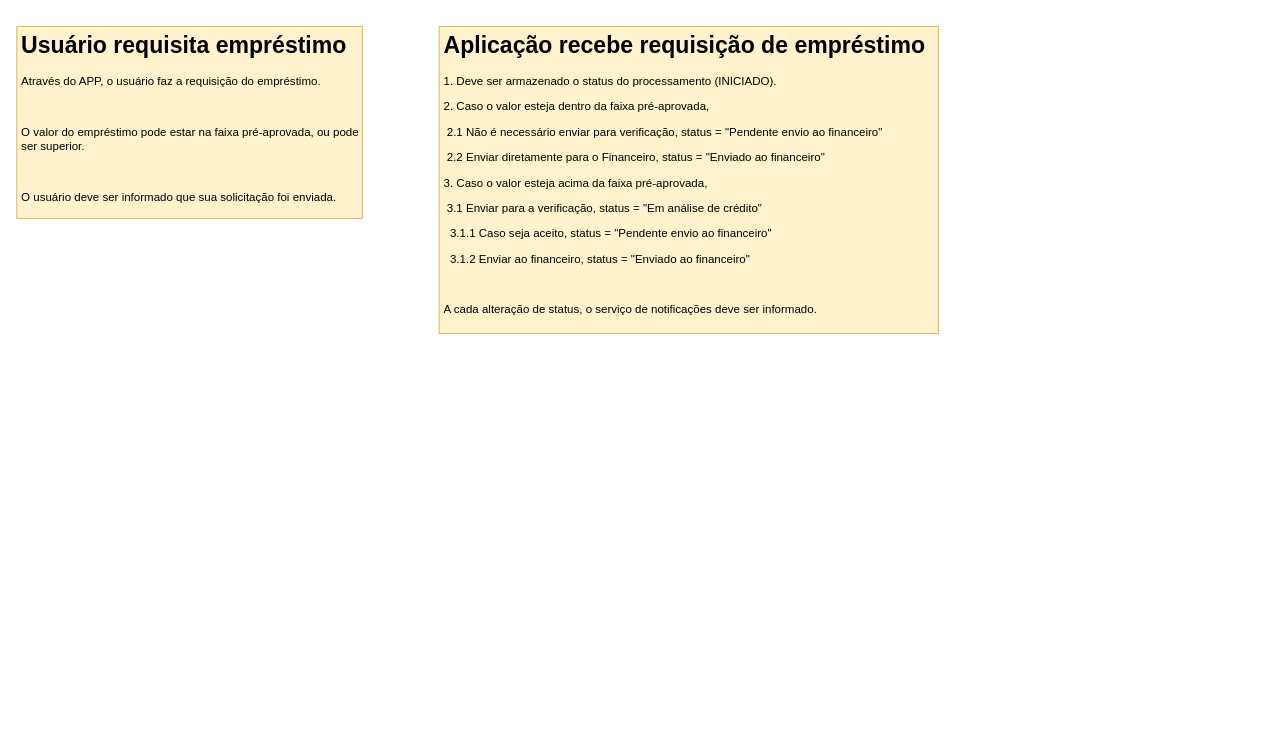
This is diagramas/diagrama de estados.drawio from GustavoLent/ACME-Assessoria-Financeira_Emprestimos, a draw.io file, before an edit. Source tidied: cells renumbered, new cells numbered last; positions are measured from the earlier drawing's top-left corner, leaving out a move shared by most shapes. Both pictures are drawn from the tidied source at 96%, with x=0, y=0 at pixel (16, 26).
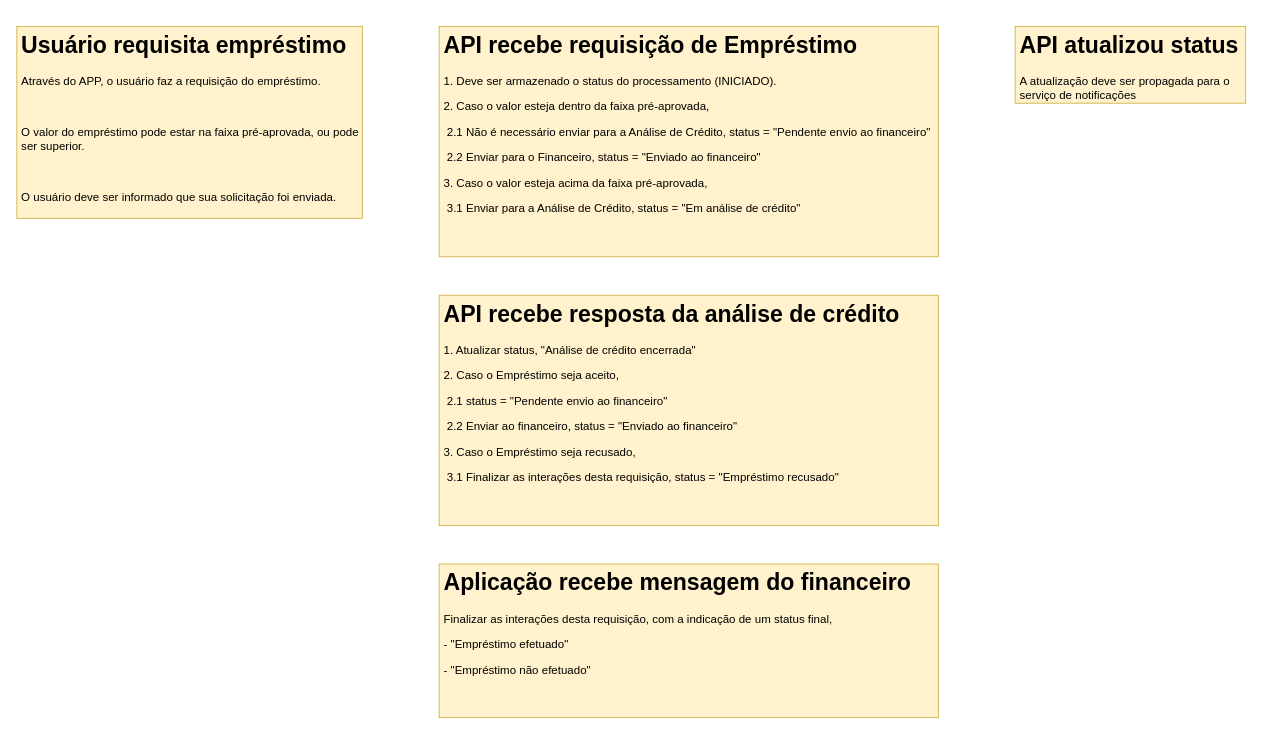
After the change.

The edit, as a diff of the source:
```diff
@@
 <mxGraphModel>
   <root>
     <mxCell id="0" />
     <mxCell id="1" parent="0" />
     <mxCell id="2" value="&lt;h1&gt;Usuário requisita empréstimo&lt;/h1&gt;&lt;p&gt;Através do APP, o usuário faz a requisição do empréstimo.&lt;/p&gt;&lt;p&gt;&lt;br&gt;&lt;/p&gt;&lt;p&gt;O valor do empréstimo pode estar na faixa pré-aprovada, ou pode ser superior.&lt;/p&gt;&lt;p&gt;&lt;br&gt;&lt;/p&gt;&lt;p&gt;O usuário deve ser informado que sua solicitação foi enviada.&lt;/p&gt;" style="text;html=1;strokeColor=#d6b656;fillColor=#fff2cc;spacing=5;spacingTop=-20;whiteSpace=wrap;overflow=hidden;rounded=0;" parent="1" vertex="1">
       <mxGeometry width="360" height="200" as="geometry" />
     </mxCell>
-    <mxCell id="3" value="&lt;h1&gt;Aplicação recebe requisição de empréstimo&lt;/h1&gt;&lt;p&gt;1. Deve ser armazenado o status do processamento (INICIADO).&lt;/p&gt;&lt;p&gt;&lt;span style=&quot;background-color: initial;&quot;&gt;2. Caso o valor esteja dentro da faixa pré-aprovada,&lt;/span&gt;&lt;/p&gt;&lt;p&gt;&lt;span style=&quot;background-color: initial;&quot;&gt;&lt;span style=&quot;&quot;&gt; &lt;/span&gt;&lt;span style=&quot;white-space: pre;&quot;&gt; &lt;/span&gt;2.1 Não é necessário enviar para verificação, status = &quot;Pendente envio ao financeiro&quot;&lt;/span&gt;&lt;/p&gt;&lt;p&gt;&lt;span style=&quot;background-color: initial;&quot;&gt;&lt;span style=&quot;white-space: pre;&quot;&gt; &lt;/span&gt;2.2 Enviar diretamente para o Financeiro, status = &quot;Enviado ao financeiro&quot;&lt;/span&gt;&lt;/p&gt;&lt;p&gt;&lt;span style=&quot;background-color: initial;&quot;&gt;3. Caso o valor esteja acima da faixa pré-aprovada,&lt;/span&gt;&lt;/p&gt;&lt;p&gt;&lt;span style=&quot;background-color: initial;&quot;&gt;&lt;span style=&quot;white-space: pre;&quot;&gt; &lt;/span&gt;3.1 Enviar para a verificação, status = &quot;Em análise de crédito&quot;&lt;/span&gt;&lt;/p&gt;&lt;p&gt;&lt;span style=&quot;background-color: initial;&quot;&gt;&lt;span style=&quot;&quot;&gt; &lt;span style=&quot;&quot;&gt; &lt;/span&gt;&lt;span style=&quot;white-space: pre;&quot;&gt; &lt;/span&gt;&lt;span style=&quot;white-space: pre;&quot;&gt; &lt;/span&gt;3&lt;/span&gt;.1.1 Caso seja aceito, status = &quot;Pendente envio ao financeiro&quot;&lt;/span&gt;&lt;/p&gt;&lt;p&gt;&lt;span style=&quot;background-color: initial;&quot;&gt;&lt;span style=&quot;white-space: pre;&quot;&gt; &lt;/span&gt;&lt;span style=&quot;white-space: pre;&quot;&gt; &lt;/span&gt;3.1.2 Enviar ao financeiro, status = &quot;Enviado ao financeiro&quot;&lt;/span&gt;&lt;/p&gt;&lt;p&gt;&lt;span style=&quot;background-color: initial;&quot;&gt;&lt;br&gt;&lt;/span&gt;&lt;/p&gt;&lt;p&gt;A cada alteração de status, o serviço de notificações deve ser informado.&lt;/p&gt;" style="text;html=1;strokeColor=#d6b656;fillColor=#fff2cc;spacing=5;spacingTop=-20;whiteSpace=wrap;overflow=hidden;rounded=0;" parent="1" vertex="1">
-      <mxGeometry x="440" width="520" height="320" as="geometry" />
+    <mxCell id="3" value="&lt;h1&gt;API recebe requisição de Empréstimo&lt;/h1&gt;&lt;p&gt;1. Deve ser armazenado o status do processamento (INICIADO).&lt;/p&gt;&lt;p&gt;&lt;span style=&quot;background-color: initial;&quot;&gt;2. Caso o valor esteja dentro da faixa pré-aprovada,&lt;/span&gt;&lt;/p&gt;&lt;p&gt;&lt;span style=&quot;background-color: initial;&quot;&gt;&lt;span style=&quot;&quot;&gt; &lt;/span&gt;&lt;span style=&quot;white-space: pre;&quot;&gt; &lt;/span&gt;2.1 Não é necessário enviar para a Análise de Crédito, status = &quot;Pendente envio ao financeiro&quot;&lt;/span&gt;&lt;/p&gt;&lt;p&gt;&lt;span style=&quot;background-color: initial;&quot;&gt;&lt;span style=&quot;white-space: pre;&quot;&gt; &lt;/span&gt;2.2 Enviar para o Financeiro, status = &quot;Enviado ao financeiro&quot;&lt;/span&gt;&lt;/p&gt;&lt;p&gt;&lt;span style=&quot;background-color: initial;&quot;&gt;3. Caso o valor esteja acima da faixa pré-aprovada,&lt;/span&gt;&lt;/p&gt;&lt;p&gt;&lt;span style=&quot;background-color: initial;&quot;&gt;&lt;span style=&quot;white-space: pre;&quot;&gt; &lt;/span&gt;3.1 Enviar para a Análise de Crédito, status = &quot;Em análise de crédito&quot;&lt;/span&gt;&lt;/p&gt;&lt;p&gt;&lt;br&gt;&lt;/p&gt;" style="text;html=1;strokeColor=#d6b656;fillColor=#fff2cc;spacing=5;spacingTop=-20;whiteSpace=wrap;overflow=hidden;rounded=0;" parent="1" vertex="1">
+      <mxGeometry x="440" width="520" height="240" as="geometry" />
     </mxCell>
+    <mxCell id="4" value="&lt;h1&gt;Aplicação recebe mensagem do financeiro&lt;/h1&gt;&lt;p&gt;&lt;span style=&quot;background-color: initial;&quot;&gt;Finalizar as interações desta requisição, com a indicação de um status final,&amp;nbsp;&lt;/span&gt;&lt;/p&gt;&lt;p&gt;&lt;span style=&quot;background-color: initial;&quot;&gt;- &quot;Empréstimo efetuado&quot;&lt;/span&gt;&lt;/p&gt;&lt;p&gt;- &quot;Empréstimo não efetuado&quot;&lt;span style=&quot;background-color: initial;&quot;&gt;&lt;br&gt;&lt;/span&gt;&lt;/p&gt;" style="text;html=1;strokeColor=#d6b656;fillColor=#fff2cc;spacing=5;spacingTop=-20;whiteSpace=wrap;overflow=hidden;rounded=0;" parent="1" vertex="1">
+      <mxGeometry x="440" y="560" width="520" height="160" as="geometry" />
+    </mxCell>
+    <mxCell id="5" value="&lt;h1&gt;API recebe resposta da análise de crédito&lt;/h1&gt;&lt;p&gt;&lt;span style=&quot;background-color: initial;&quot;&gt;1. Atualizar status, &quot;Análise de crédito encerrada&quot;&lt;/span&gt;&lt;/p&gt;&lt;p&gt;&lt;span style=&quot;background-color: initial;&quot;&gt;2. Caso o Empréstimo seja aceito,&amp;nbsp;&lt;/span&gt;&lt;/p&gt;&lt;p&gt;&lt;span style=&quot;background-color: initial;&quot;&gt;&lt;span style=&quot;white-space: pre;&quot;&gt; &lt;/span&gt;2.1 status = &quot;Pendente envio ao financeiro&quot;&lt;/span&gt;&lt;/p&gt;&lt;p&gt;&lt;span style=&quot;background-color: initial;&quot;&gt;&lt;span style=&quot;white-space: pre;&quot;&gt; &lt;/span&gt;2.2 Enviar ao financeiro, status = &quot;Enviado ao financeiro&quot;&lt;/span&gt;&lt;/p&gt;&lt;p&gt;&lt;span style=&quot;background-color: initial;&quot;&gt;3. Caso o Empréstimo seja recusado,&lt;/span&gt;&lt;/p&gt;&lt;p&gt;&lt;span style=&quot;background-color: initial;&quot;&gt;&lt;span style=&quot;white-space: pre;&quot;&gt; &lt;/span&gt;3.1 Finalizar as interações desta requisição, status = &quot;Empréstimo recusado&quot;&lt;br&gt;&lt;/span&gt;&lt;/p&gt;" style="text;html=1;strokeColor=#d6b656;fillColor=#fff2cc;spacing=5;spacingTop=-20;whiteSpace=wrap;overflow=hidden;rounded=0;" parent="1" vertex="1">
+      <mxGeometry x="440" y="280" width="520" height="240" as="geometry" />
+    </mxCell>
+    <mxCell id="6" value="&lt;h1&gt;API atualizou status&lt;/h1&gt;&lt;p&gt;A atualização deve ser propagada para o serviço de notificações&lt;/p&gt;" style="text;html=1;strokeColor=#d6b656;fillColor=#fff2cc;spacing=5;spacingTop=-20;whiteSpace=wrap;overflow=hidden;rounded=0;" parent="1" vertex="1">
+      <mxGeometry x="1040" width="240" height="80" as="geometry" />
+    </mxCell>
   </root>
 </mxGraphModel>
```
